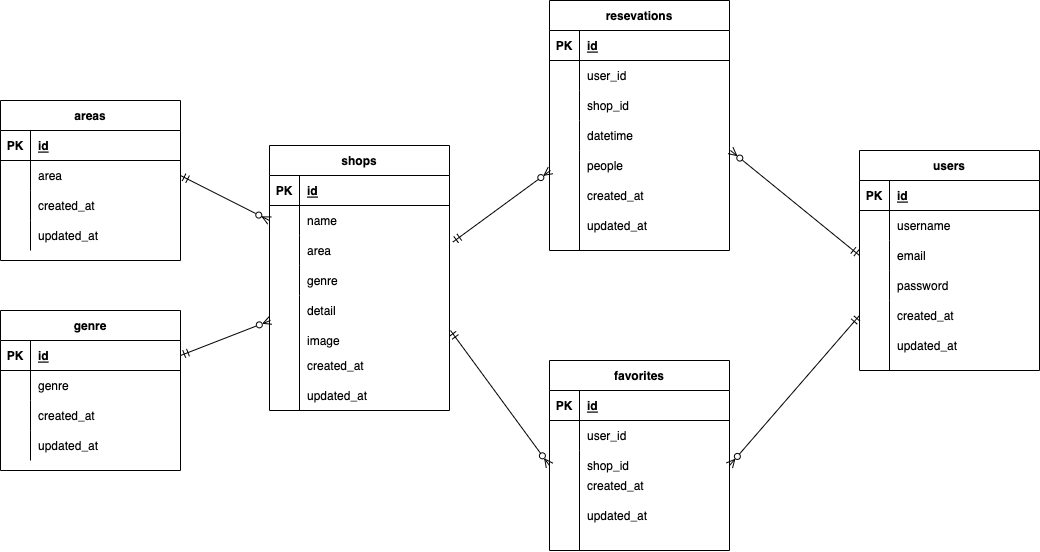
The draw.io diagram rese.drawio.png in horikent/rese, before a commit. Source tidied: cells renumbered, new cells last; positions are measured from the earlier drawing's top-left corner, leaving out a move shared by most shapes.
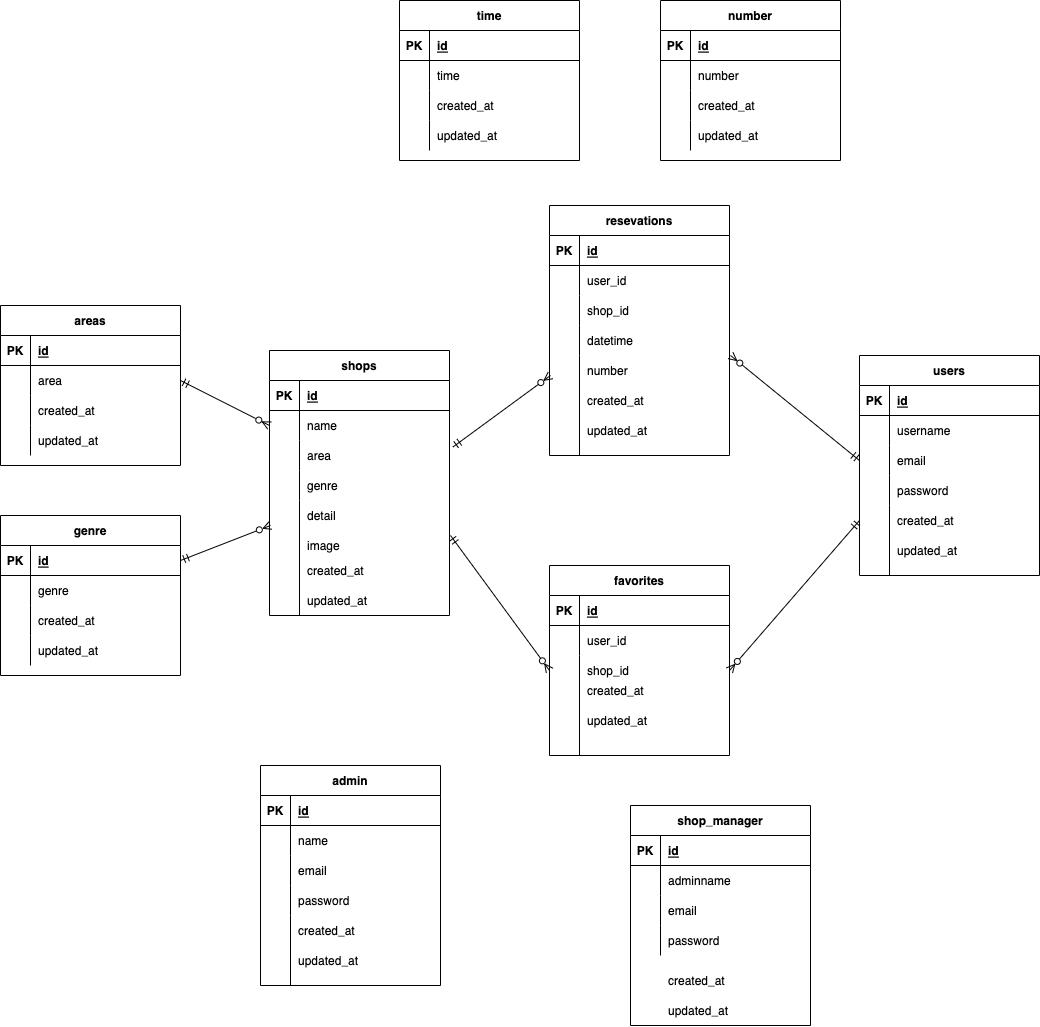
After the change.

Change to the diagram source:
```diff
@@ -110,7 +110,7 @@
         <mxPoint x="579" y="250" as="targetPoint" />
       </mxGeometry>
     </mxCell>
-    <mxCell id="36" value="people" style="shape=partialRectangle;fillColor=none;top=0;left=0;bottom=0;right=0;align=left;spacingLeft=6;overflow=hidden;" parent="1" vertex="1">
+    <mxCell id="36" value="number" style="shape=partialRectangle;fillColor=none;top=0;left=0;bottom=0;right=0;align=left;spacingLeft=6;overflow=hidden;" parent="1" vertex="1">
       <mxGeometry x="579" y="150" width="150" height="30" as="geometry" />
     </mxCell>
     <mxCell id="37" value="favorites" style="shape=table;startSize=30;rowLines=0;fontStyle=1;align=center;" parent="1" vertex="1">
@@ -313,5 +313,179 @@
     <mxCell id="98" style="edgeStyle=none;html=1;entryX=0;entryY=0.5;entryDx=0;entryDy=0;exitX=1;exitY=0.5;exitDx=0;exitDy=0;startArrow=ERmandOne;startFill=0;endArrow=ERzeroToMany;endFill=0;" parent="1" edge="1" source="75" target="6">
       <mxGeometry relative="1" as="geometry" />
     </mxCell>
+    <mxCell id="99" value="number" style="shape=table;startSize=30;rowLines=0;fontStyle=1;align=center;" parent="1" vertex="1">
+      <mxGeometry x="660" y="-205" width="180" height="160" as="geometry" />
+    </mxCell>
+    <mxCell id="100" style="shape=partialRectangle;fillColor=none;top=0;left=0;bottom=1;right=0;" parent="99" vertex="1">
+      <mxGeometry y="30" width="180" height="30" as="geometry" />
+    </mxCell>
+    <mxCell id="101" value="PK" style="shape=partialRectangle;fillColor=none;top=0;left=0;bottom=0;right=0;fontStyle=1;overflow=hidden;" parent="100" vertex="1">
+      <mxGeometry width="30" height="30" as="geometry" />
+    </mxCell>
+    <mxCell id="102" value="id" style="shape=partialRectangle;fillColor=none;top=0;left=0;bottom=0;right=0;align=left;spacingLeft=6;fontStyle=5;overflow=hidden;" parent="100" vertex="1">
+      <mxGeometry x="30" width="150" height="30" as="geometry" />
+    </mxCell>
+    <mxCell id="103" style="shape=partialRectangle;fillColor=none;top=0;left=0;bottom=0;right=0;" parent="99" vertex="1">
+      <mxGeometry y="60" width="180" height="30" as="geometry" />
+    </mxCell>
+    <mxCell id="104" style="shape=partialRectangle;fillColor=none;top=0;left=0;bottom=0;right=0;overflow=hidden;" parent="103" vertex="1">
+      <mxGeometry width="30" height="30" as="geometry" />
+    </mxCell>
+    <mxCell id="105" value="number" style="shape=partialRectangle;fillColor=none;top=0;left=0;bottom=0;right=0;align=left;spacingLeft=6;overflow=hidden;" parent="103" vertex="1">
+      <mxGeometry x="30" width="150" height="30" as="geometry" />
+    </mxCell>
+    <mxCell id="106" style="shape=partialRectangle;fillColor=none;top=0;left=0;bottom=0;right=0;" parent="99" vertex="1">
+      <mxGeometry y="90" width="180" height="30" as="geometry" />
+    </mxCell>
+    <mxCell id="107" style="shape=partialRectangle;fillColor=none;top=0;left=0;bottom=0;right=0;overflow=hidden;" parent="106" vertex="1">
+      <mxGeometry width="30" height="30" as="geometry" />
+    </mxCell>
+    <mxCell id="108" value="created_at" style="shape=partialRectangle;fillColor=none;top=0;left=0;bottom=0;right=0;align=left;spacingLeft=6;overflow=hidden;" parent="106" vertex="1">
+      <mxGeometry x="30" width="150" height="30" as="geometry" />
+    </mxCell>
+    <mxCell id="109" style="shape=partialRectangle;fillColor=none;top=0;left=0;bottom=0;right=0;" parent="99" vertex="1">
+      <mxGeometry y="120" width="180" height="30" as="geometry" />
+    </mxCell>
+    <mxCell id="110" style="shape=partialRectangle;fillColor=none;top=0;left=0;bottom=0;right=0;overflow=hidden;" parent="109" vertex="1">
+      <mxGeometry width="30" height="30" as="geometry" />
+    </mxCell>
+    <mxCell id="111" value="updated_at" style="shape=partialRectangle;fillColor=none;top=0;left=0;bottom=0;right=0;align=left;spacingLeft=6;overflow=hidden;" parent="109" vertex="1">
+      <mxGeometry x="30" width="150" height="30" as="geometry" />
+    </mxCell>
+    <mxCell id="112" value="time" style="shape=table;startSize=30;rowLines=0;fontStyle=1;align=center;" parent="1" vertex="1">
+      <mxGeometry x="399" y="-205" width="180" height="160" as="geometry" />
+    </mxCell>
+    <mxCell id="113" style="shape=partialRectangle;fillColor=none;top=0;left=0;bottom=1;right=0;" parent="112" vertex="1">
+      <mxGeometry y="30" width="180" height="30" as="geometry" />
+    </mxCell>
+    <mxCell id="114" value="PK" style="shape=partialRectangle;fillColor=none;top=0;left=0;bottom=0;right=0;fontStyle=1;overflow=hidden;" parent="113" vertex="1">
+      <mxGeometry width="30" height="30" as="geometry" />
+    </mxCell>
+    <mxCell id="115" value="id" style="shape=partialRectangle;fillColor=none;top=0;left=0;bottom=0;right=0;align=left;spacingLeft=6;fontStyle=5;overflow=hidden;" parent="113" vertex="1">
+      <mxGeometry x="30" width="150" height="30" as="geometry" />
+    </mxCell>
+    <mxCell id="116" style="shape=partialRectangle;fillColor=none;top=0;left=0;bottom=0;right=0;" parent="112" vertex="1">
+      <mxGeometry y="60" width="180" height="30" as="geometry" />
+    </mxCell>
+    <mxCell id="117" style="shape=partialRectangle;fillColor=none;top=0;left=0;bottom=0;right=0;overflow=hidden;" parent="116" vertex="1">
+      <mxGeometry width="30" height="30" as="geometry" />
+    </mxCell>
+    <mxCell id="118" value="time" style="shape=partialRectangle;fillColor=none;top=0;left=0;bottom=0;right=0;align=left;spacingLeft=6;overflow=hidden;" parent="116" vertex="1">
+      <mxGeometry x="30" width="150" height="30" as="geometry" />
+    </mxCell>
+    <mxCell id="119" style="shape=partialRectangle;fillColor=none;top=0;left=0;bottom=0;right=0;" parent="112" vertex="1">
+      <mxGeometry y="90" width="180" height="30" as="geometry" />
+    </mxCell>
+    <mxCell id="120" style="shape=partialRectangle;fillColor=none;top=0;left=0;bottom=0;right=0;overflow=hidden;" parent="119" vertex="1">
+      <mxGeometry width="30" height="30" as="geometry" />
+    </mxCell>
+    <mxCell id="121" value="created_at" style="shape=partialRectangle;fillColor=none;top=0;left=0;bottom=0;right=0;align=left;spacingLeft=6;overflow=hidden;" parent="119" vertex="1">
+      <mxGeometry x="30" width="150" height="30" as="geometry" />
+    </mxCell>
+    <mxCell id="122" style="shape=partialRectangle;fillColor=none;top=0;left=0;bottom=0;right=0;" parent="112" vertex="1">
+      <mxGeometry y="120" width="180" height="30" as="geometry" />
+    </mxCell>
+    <mxCell id="123" style="shape=partialRectangle;fillColor=none;top=0;left=0;bottom=0;right=0;overflow=hidden;" parent="122" vertex="1">
+      <mxGeometry width="30" height="30" as="geometry" />
+    </mxCell>
+    <mxCell id="124" value="updated_at" style="shape=partialRectangle;fillColor=none;top=0;left=0;bottom=0;right=0;align=left;spacingLeft=6;overflow=hidden;" parent="122" vertex="1">
+      <mxGeometry x="30" width="150" height="30" as="geometry" />
+    </mxCell>
+    <mxCell id="125" value="admin" style="shape=table;startSize=30;rowLines=0;fontStyle=1;align=center;" parent="1" vertex="1">
+      <mxGeometry x="260" y="560" width="180" height="220" as="geometry" />
+    </mxCell>
+    <mxCell id="126" style="shape=partialRectangle;fillColor=none;top=0;left=0;bottom=1;right=0;" parent="125" vertex="1">
+      <mxGeometry y="30" width="180" height="30" as="geometry" />
+    </mxCell>
+    <mxCell id="127" value="PK" style="shape=partialRectangle;fillColor=none;top=0;left=0;bottom=0;right=0;fontStyle=1;overflow=hidden;" parent="126" vertex="1">
+      <mxGeometry width="30" height="30" as="geometry" />
+    </mxCell>
+    <mxCell id="128" value="id" style="shape=partialRectangle;fillColor=none;top=0;left=0;bottom=0;right=0;align=left;spacingLeft=6;fontStyle=5;overflow=hidden;" parent="126" vertex="1">
+      <mxGeometry x="30" width="150" height="30" as="geometry" />
+    </mxCell>
+    <mxCell id="129" style="shape=partialRectangle;fillColor=none;top=0;left=0;bottom=0;right=0;" parent="125" vertex="1">
+      <mxGeometry y="60" width="180" height="30" as="geometry" />
+    </mxCell>
+    <mxCell id="130" style="shape=partialRectangle;fillColor=none;top=0;left=0;bottom=0;right=0;overflow=hidden;" parent="129" vertex="1">
+      <mxGeometry width="30" height="30" as="geometry" />
+    </mxCell>
+    <mxCell id="131" value="name" style="shape=partialRectangle;fillColor=none;top=0;left=0;bottom=0;right=0;align=left;spacingLeft=6;overflow=hidden;" parent="129" vertex="1">
+      <mxGeometry x="30" width="150" height="30" as="geometry" />
+    </mxCell>
+    <mxCell id="132" style="shape=partialRectangle;fillColor=none;top=0;left=0;bottom=0;right=0;" parent="125" vertex="1">
+      <mxGeometry y="90" width="180" height="30" as="geometry" />
+    </mxCell>
+    <mxCell id="133" style="shape=partialRectangle;fillColor=none;top=0;left=0;bottom=0;right=0;overflow=hidden;" parent="132" vertex="1">
+      <mxGeometry width="30" height="30" as="geometry" />
+    </mxCell>
+    <mxCell id="134" value="email" style="shape=partialRectangle;fillColor=none;top=0;left=0;bottom=0;right=0;align=left;spacingLeft=6;overflow=hidden;" parent="132" vertex="1">
+      <mxGeometry x="30" width="150" height="30" as="geometry" />
+    </mxCell>
+    <mxCell id="135" style="shape=partialRectangle;fillColor=none;top=0;left=0;bottom=0;right=0;" parent="125" vertex="1">
+      <mxGeometry y="120" width="180" height="30" as="geometry" />
+    </mxCell>
+    <mxCell id="136" style="shape=partialRectangle;fillColor=none;top=0;left=0;bottom=0;right=0;overflow=hidden;" parent="135" vertex="1">
+      <mxGeometry width="30" height="30" as="geometry" />
+    </mxCell>
+    <mxCell id="137" value="password" style="shape=partialRectangle;fillColor=none;top=0;left=0;bottom=0;right=0;align=left;spacingLeft=6;overflow=hidden;" parent="135" vertex="1">
+      <mxGeometry x="30" width="150" height="30" as="geometry" />
+    </mxCell>
+    <mxCell id="138" value="updated_at" style="shape=partialRectangle;fillColor=none;top=0;left=0;bottom=0;right=0;align=left;spacingLeft=6;overflow=hidden;" parent="1" vertex="1">
+      <mxGeometry x="290" y="740" width="150" height="30" as="geometry" />
+    </mxCell>
+    <mxCell id="139" value="created_at" style="shape=partialRectangle;fillColor=none;top=0;left=0;bottom=0;right=0;align=left;spacingLeft=6;overflow=hidden;" parent="1" vertex="1">
+      <mxGeometry x="290" y="710" width="150" height="30" as="geometry" />
+    </mxCell>
+    <mxCell id="140" style="endArrow=none;html=1;rounded=0;" parent="1" edge="1">
+      <mxGeometry relative="1" as="geometry">
+        <mxPoint x="290" y="710" as="sourcePoint" />
+        <mxPoint x="290" y="780" as="targetPoint" />
+      </mxGeometry>
+    </mxCell>
+    <mxCell id="141" value="shop_manager" style="shape=table;startSize=30;rowLines=0;fontStyle=1;align=center;" parent="1" vertex="1">
+      <mxGeometry x="630" y="600" width="180" height="220" as="geometry" />
+    </mxCell>
+    <mxCell id="142" style="shape=partialRectangle;fillColor=none;top=0;left=0;bottom=1;right=0;" parent="141" vertex="1">
+      <mxGeometry y="30" width="180" height="30" as="geometry" />
+    </mxCell>
+    <mxCell id="143" value="PK" style="shape=partialRectangle;fillColor=none;top=0;left=0;bottom=0;right=0;fontStyle=1;overflow=hidden;" parent="142" vertex="1">
+      <mxGeometry width="30" height="30" as="geometry" />
+    </mxCell>
+    <mxCell id="144" value="id" style="shape=partialRectangle;fillColor=none;top=0;left=0;bottom=0;right=0;align=left;spacingLeft=6;fontStyle=5;overflow=hidden;" parent="142" vertex="1">
+      <mxGeometry x="30" width="150" height="30" as="geometry" />
+    </mxCell>
+    <mxCell id="145" style="shape=partialRectangle;fillColor=none;top=0;left=0;bottom=0;right=0;" parent="141" vertex="1">
+      <mxGeometry y="60" width="180" height="30" as="geometry" />
+    </mxCell>
+    <mxCell id="146" style="shape=partialRectangle;fillColor=none;top=0;left=0;bottom=0;right=0;overflow=hidden;" parent="145" vertex="1">
+      <mxGeometry width="30" height="30" as="geometry" />
+    </mxCell>
+    <mxCell id="147" value="adminname" style="shape=partialRectangle;fillColor=none;top=0;left=0;bottom=0;right=0;align=left;spacingLeft=6;overflow=hidden;" parent="145" vertex="1">
+      <mxGeometry x="30" width="150" height="30" as="geometry" />
+    </mxCell>
+    <mxCell id="148" style="shape=partialRectangle;fillColor=none;top=0;left=0;bottom=0;right=0;" parent="141" vertex="1">
+      <mxGeometry y="90" width="180" height="30" as="geometry" />
+    </mxCell>
+    <mxCell id="149" style="shape=partialRectangle;fillColor=none;top=0;left=0;bottom=0;right=0;overflow=hidden;" parent="148" vertex="1">
+      <mxGeometry width="30" height="30" as="geometry" />
+    </mxCell>
+    <mxCell id="150" value="email" style="shape=partialRectangle;fillColor=none;top=0;left=0;bottom=0;right=0;align=left;spacingLeft=6;overflow=hidden;" parent="148" vertex="1">
+      <mxGeometry x="30" width="150" height="30" as="geometry" />
+    </mxCell>
+    <mxCell id="151" style="shape=partialRectangle;fillColor=none;top=0;left=0;bottom=0;right=0;" parent="141" vertex="1">
+      <mxGeometry y="120" width="180" height="30" as="geometry" />
+    </mxCell>
+    <mxCell id="152" style="shape=partialRectangle;fillColor=none;top=0;left=0;bottom=0;right=0;overflow=hidden;" parent="151" vertex="1">
+      <mxGeometry width="30" height="30" as="geometry" />
+    </mxCell>
+    <mxCell id="153" value="password" style="shape=partialRectangle;fillColor=none;top=0;left=0;bottom=0;right=0;align=left;spacingLeft=6;overflow=hidden;" parent="151" vertex="1">
+      <mxGeometry x="30" width="150" height="30" as="geometry" />
+    </mxCell>
+    <mxCell id="154" value="updated_at" style="shape=partialRectangle;fillColor=none;top=0;left=0;bottom=0;right=0;align=left;spacingLeft=6;overflow=hidden;" parent="1" vertex="1">
+      <mxGeometry x="660" y="790" width="150" height="30" as="geometry" />
+    </mxCell>
+    <mxCell id="155" value="created_at" style="shape=partialRectangle;fillColor=none;top=0;left=0;bottom=0;right=0;align=left;spacingLeft=6;overflow=hidden;" parent="1" vertex="1">
+      <mxGeometry x="660" y="760" width="150" height="30" as="geometry" />
+    </mxCell>
   </root>
 </mxGraphModel>
```
